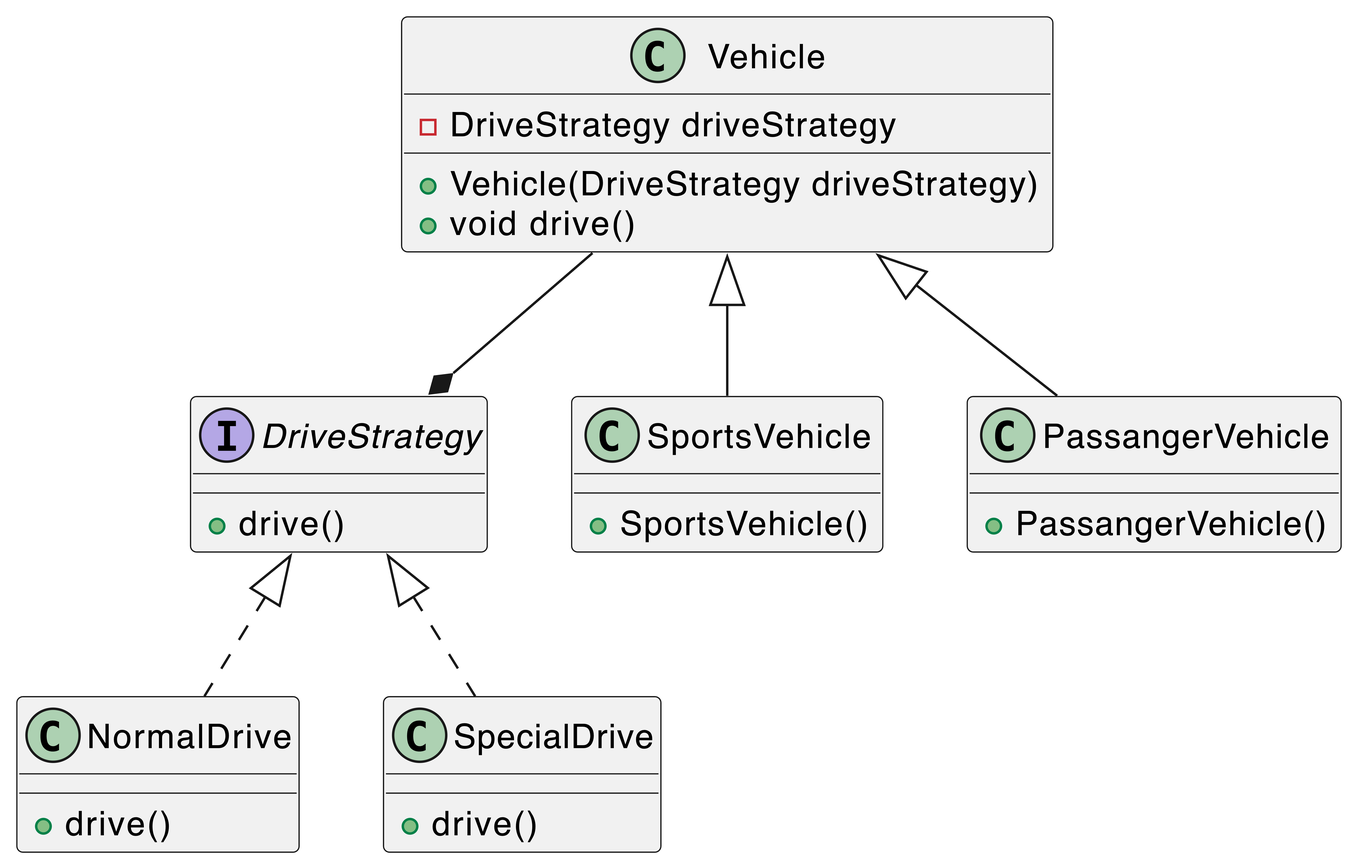
This is src/main/java/com/akash/design/lld/designpatterns/strategy/diagram/diag.png from akash-kmr/lld, a PlantUML export, as it was before one commit. Its source is kept beside it as src/main/java/com/akash/design/lld/designpatterns/strategy/diagram/diag.wsd.
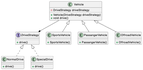
Above is the later version.

Commit message:
Added OffroadVehicle In Class Diagram

What changed in the source:
```diff
@@ -33,5 +33,11 @@
 
 }
 
+class OffroadVehicle extends Vehicle {
+
+    +OffroadVehicle()
+
+}
+
 Vehicle --* DriveStrategy
 @enduml
```
